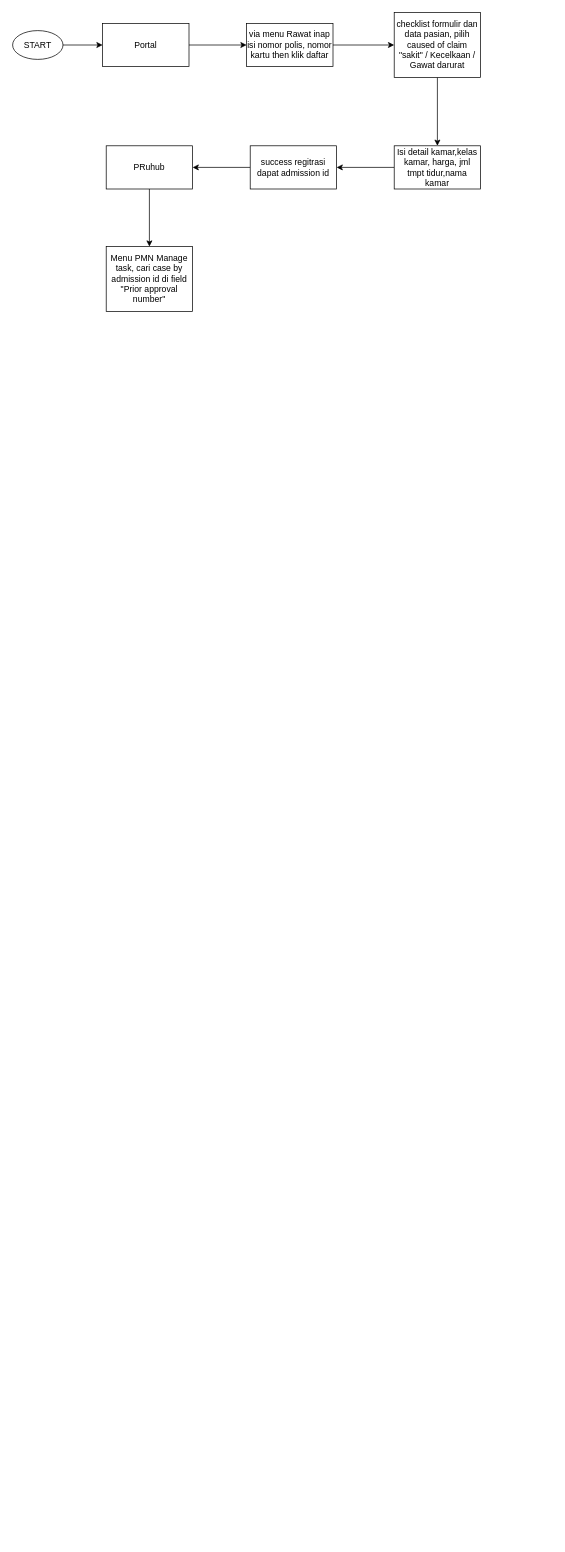
msyadid/HelloWorld keeps this draw.io diagram as Untitled Diagram.drawio. Above is the earlier version. Source tidied: cells renumbered, new cells numbered last; positions are measured from the earlier drawing's top-left corner, leaving out a move shared by most shapes. Both pictures are drawn from the tidied source at 72%, with x=0, y=0 at pixel (12, 12).
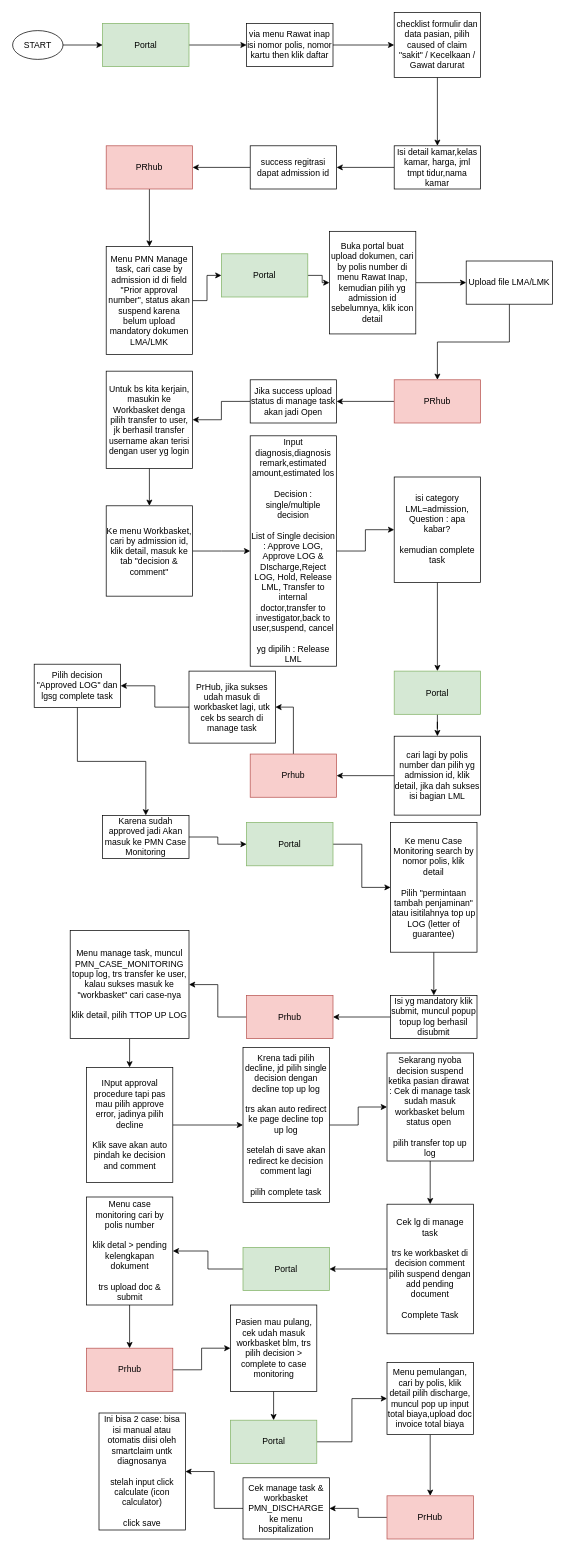
After the change.

The edit, as a diff of the source:
```diff
@@
-    <mxCell id="5" value="Portal" style="whiteSpace=wrap;html=1;" parent="1" vertex="1">
+    <mxCell id="5" value="Portal" style="whiteSpace=wrap;html=1;fillColor=#d5e8d4;strokeColor=#82b366;" parent="1" vertex="1">
       <mxGeometry x="125" y="15" width="120" height="60" as="geometry" />
     </mxCell>
@@
-    <mxCell id="15" value="PRuhub" style="whiteSpace=wrap;html=1;" parent="1" vertex="1">
+    <mxCell id="15" value="PRhub" style="whiteSpace=wrap;html=1;fillColor=#f8cecc;strokeColor=#b85450;" parent="1" vertex="1">
       <mxGeometry x="130" y="185" width="120" height="60" as="geometry" />
     </mxCell>
+    <mxCell id="17" style="edgeStyle=orthogonalEdgeStyle;rounded=0;jettySize=auto;html=1;" parent="1" edge="1" source="16" target="80">
+      <mxGeometry relative="1" as="geometry" />
+    </mxCell>
-    <mxCell id="16" value="Menu PMN Manage task, cari case by admission id di field &quot;Prior approval number&quot;" style="whiteSpace=wrap;html=1;" parent="1" vertex="1">
-      <mxGeometry x="130" y="325" width="120" height="90" as="geometry" />
+    <mxCell id="16" value="Menu PMN Manage task, cari case by admission id di field &quot;Prior approval number&quot;, status akan suspend karena belum upload mandatory dokumen LMA/LMK" style="whiteSpace=wrap;html=1;" parent="1" vertex="1">
+      <mxGeometry x="130" y="325" width="120" height="150" as="geometry" />
     </mxCell>
+    <mxCell id="18" style="edgeStyle=orthogonalEdgeStyle;rounded=0;jettySize=auto;html=1;" parent="1" edge="1" source="19" target="21">
+      <mxGeometry relative="1" as="geometry" />
+    </mxCell>
+    <mxCell id="19" value="Buka portal buat upload dokumen, cari by polis number di menu Rawat Inap, kemudian pilih yg admission id sebelumnya, klik icon detail" style="whiteSpace=wrap;html=1;" parent="1" vertex="1">
+      <mxGeometry x="440" y="303.8" width="120" height="142.5" as="geometry" />
+    </mxCell>
+    <mxCell id="20" style="edgeStyle=orthogonalEdgeStyle;rounded=0;jettySize=auto;html=1;" parent="1" edge="1" source="21" target="23">
+      <mxGeometry relative="1" as="geometry" />
+    </mxCell>
+    <mxCell id="21" value="Upload file LMA/LMK" style="whiteSpace=wrap;html=1;" parent="1" vertex="1">
+      <mxGeometry x="630" y="345" width="120" height="60" as="geometry" />
+    </mxCell>
+    <mxCell id="22" style="edgeStyle=orthogonalEdgeStyle;rounded=0;jettySize=auto;html=1;" parent="1" edge="1" source="23" target="25">
+      <mxGeometry relative="1" as="geometry" />
+    </mxCell>
+    <mxCell id="23" value="PRhub" style="whiteSpace=wrap;html=1;fillColor=#f8cecc;strokeColor=#b85450;" parent="1" vertex="1">
+      <mxGeometry x="530" y="510" width="120" height="60" as="geometry" />
+    </mxCell>
+    <mxCell id="24" style="edgeStyle=orthogonalEdgeStyle;rounded=0;jettySize=auto;html=1;" parent="1" edge="1" source="25" target="27">
+      <mxGeometry relative="1" as="geometry" />
+    </mxCell>
+    <mxCell id="25" value="Jika success upload status di manage task akan jadi Open" style="whiteSpace=wrap;html=1;" parent="1" vertex="1">
+      <mxGeometry x="330" y="510" width="120" height="60" as="geometry" />
+    </mxCell>
+    <mxCell id="26" style="edgeStyle=orthogonalEdgeStyle;rounded=0;jettySize=auto;html=1;" parent="1" edge="1" source="27" target="29">
+      <mxGeometry relative="1" as="geometry" />
+    </mxCell>
+    <mxCell id="27" value="Untuk bs kita kerjain, masukin ke Workbasket denga pilih transfer to user, jk berhasil transfer username akan terisi dengan user yg login" style="whiteSpace=wrap;html=1;" parent="1" vertex="1">
+      <mxGeometry x="130" y="498" width="120" height="135" as="geometry" />
+    </mxCell>
+    <mxCell id="28" style="edgeStyle=orthogonalEdgeStyle;rounded=0;jettySize=auto;html=1;" parent="1" edge="1" source="29" target="31">
+      <mxGeometry relative="1" as="geometry" />
+    </mxCell>
+    <mxCell id="29" value="Ke menu Workbasket, cari by admission id, klik detail, masuk ke tab &quot;decision &amp;amp; comment&quot;" style="whiteSpace=wrap;html=1;" parent="1" vertex="1">
+      <mxGeometry x="130" y="685" width="120" height="125.5" as="geometry" />
+    </mxCell>
+    <mxCell id="30" style="edgeStyle=orthogonalEdgeStyle;rounded=0;jettySize=auto;html=1;" parent="1" edge="1" source="31" target="33">
+      <mxGeometry relative="1" as="geometry" />
+    </mxCell>
+    <mxCell id="31" value="Input diagnosis,diagnosis remark,estimated amount,estimated los&lt;br&gt;&lt;br&gt;Decision : single/multiple decision&lt;br&gt;&lt;br&gt;List of Single decision : Approve LOG, Approve LOG &amp;amp; DIscharge,Reject LOG, Hold, Release LML, Transfer to internal doctor,transfer to investigator,back to user,suspend, cancel&lt;br&gt;&lt;br&gt;yg dipilih : Release LML" style="whiteSpace=wrap;html=1;" parent="1" vertex="1">
+      <mxGeometry x="330" y="587.8" width="120" height="320" as="geometry" />
+    </mxCell>
+    <mxCell id="32" style="edgeStyle=orthogonalEdgeStyle;rounded=0;jettySize=auto;html=1;" parent="1" edge="1" source="33" target="35">
+      <mxGeometry relative="1" as="geometry" />
+    </mxCell>
+    <mxCell id="33" value="isi category LML=admission, Question : apa kabar?&lt;br&gt;&lt;br&gt;kemudian complete task" style="whiteSpace=wrap;html=1;" parent="1" vertex="1">
+      <mxGeometry x="530" y="645" width="120" height="146.4" as="geometry" />
+    </mxCell>
+    <mxCell id="34" style="edgeStyle=orthogonalEdgeStyle;rounded=0;jettySize=auto;html=1;" parent="1" edge="1" source="35" target="37">
+      <mxGeometry relative="1" as="geometry" />
+    </mxCell>
+    <mxCell id="35" value="Portal" style="whiteSpace=wrap;html=1;fillColor=#d5e8d4;strokeColor=#82b366;" parent="1" vertex="1">
+      <mxGeometry x="530" y="914.6" width="120" height="60" as="geometry" />
+    </mxCell>
+    <mxCell id="36" style="edgeStyle=orthogonalEdgeStyle;rounded=0;jettySize=auto;html=1;" parent="1" edge="1" source="37" target="82">
+      <mxGeometry relative="1" as="geometry" />
+    </mxCell>
+    <mxCell id="37" value="cari lagi by polis number dan pilih yg admission id, klik detail, jika dah sukses isi bagian LML" style="whiteSpace=wrap;html=1;" parent="1" vertex="1">
+      <mxGeometry x="530" y="1005" width="120" height="109.6" as="geometry" />
+    </mxCell>
+    <mxCell id="38" style="edgeStyle=orthogonalEdgeStyle;rounded=0;jettySize=auto;html=1;" parent="1" edge="1" source="39" target="41">
+      <mxGeometry relative="1" as="geometry" />
+    </mxCell>
+    <mxCell id="39" value="PrHub, jika sukses udah masuk di workbasket lagi, utk cek bs search di manage task" style="whiteSpace=wrap;html=1;" parent="1" vertex="1">
+      <mxGeometry x="245" y="914.6" width="120" height="100" as="geometry" />
+    </mxCell>
+    <mxCell id="40" style="edgeStyle=orthogonalEdgeStyle;rounded=0;jettySize=auto;html=1;" parent="1" edge="1" source="41" target="43">
+      <mxGeometry relative="1" as="geometry" />
+    </mxCell>
+    <mxCell id="41" value="Pilih decision &quot;Approved LOG&quot; dan lgsg complete task" style="whiteSpace=wrap;html=1;" parent="1" vertex="1">
+      <mxGeometry x="30" y="905" width="120" height="60" as="geometry" />
+    </mxCell>
+    <mxCell id="42" style="edgeStyle=orthogonalEdgeStyle;rounded=0;jettySize=auto;html=1;" parent="1" edge="1" source="43" target="45">
+      <mxGeometry relative="1" as="geometry" />
+    </mxCell>
+    <mxCell id="43" value="Karena sudah approved jadi Akan masuk ke PMN Case Monitoring" style="whiteSpace=wrap;html=1;" parent="1" vertex="1">
+      <mxGeometry x="125" y="1115" width="120" height="60" as="geometry" />
+    </mxCell>
+    <mxCell id="44" style="edgeStyle=orthogonalEdgeStyle;rounded=0;jettySize=auto;html=1;" parent="1" edge="1" source="45" target="47">
+      <mxGeometry relative="1" as="geometry" />
+    </mxCell>
+    <mxCell id="45" value="Portal" style="whiteSpace=wrap;html=1;fillColor=#d5e8d4;strokeColor=#82b366;" parent="1" vertex="1">
+      <mxGeometry x="325" y="1125" width="120" height="60" as="geometry" />
+    </mxCell>
+    <mxCell id="46" style="edgeStyle=orthogonalEdgeStyle;rounded=0;jettySize=auto;html=1;" parent="1" edge="1" source="47" target="49">
+      <mxGeometry relative="1" as="geometry" />
+    </mxCell>
+    <mxCell id="47" value="Ke menu Case Monitoring search by nomor polis, klik detail&lt;br&gt;&lt;br&gt;Pilih &quot;permintaan tambah penjaminan&quot; atau isitilahnya top up LOG (letter of guarantee)" style="whiteSpace=wrap;html=1;" parent="1" vertex="1">
+      <mxGeometry x="525" y="1125" width="120" height="180" as="geometry" />
+    </mxCell>
+    <mxCell id="48" style="edgeStyle=orthogonalEdgeStyle;rounded=0;jettySize=auto;html=1;" parent="1" edge="1" source="49" target="51">
+      <mxGeometry relative="1" as="geometry" />
+    </mxCell>
+    <mxCell id="49" value="Isi yg mandatory klik submit, muncul popup topup log berhasil disubmit" style="whiteSpace=wrap;html=1;" parent="1" vertex="1">
+      <mxGeometry x="525" y="1365" width="120" height="60" as="geometry" />
+    </mxCell>
+    <mxCell id="50" style="edgeStyle=orthogonalEdgeStyle;rounded=0;jettySize=auto;html=1;" parent="1" edge="1" source="51" target="53">
+      <mxGeometry relative="1" as="geometry" />
+    </mxCell>
+    <mxCell id="51" value="Prhub" style="whiteSpace=wrap;html=1;fillColor=#f8cecc;strokeColor=#b85450;" parent="1" vertex="1">
+      <mxGeometry x="325" y="1365" width="120" height="60" as="geometry" />
+    </mxCell>
+    <mxCell id="52" style="edgeStyle=orthogonalEdgeStyle;rounded=0;jettySize=auto;html=1;" parent="1" edge="1" source="53" target="55">
+      <mxGeometry relative="1" as="geometry" />
+    </mxCell>
+    <mxCell id="53" value="Menu manage task, muncul PMN_CASE_MONITORING topup log, trs transfer ke user, kalau sukses masuk ke &quot;workbasket&quot; cari case-nya&lt;br&gt;&lt;br&gt;klik detail, pilih TTOP UP LOG" style="whiteSpace=wrap;html=1;" parent="1" vertex="1">
+      <mxGeometry x="80" y="1275" width="165" height="150" as="geometry" />
+    </mxCell>
+    <mxCell id="54" style="edgeStyle=orthogonalEdgeStyle;rounded=0;jettySize=auto;html=1;" parent="1" edge="1" source="55" target="57">
+      <mxGeometry relative="1" as="geometry" />
+    </mxCell>
+    <mxCell id="55" value="INput approval procedure tapi pas mau pilih approve error, jadinya pilih decline&lt;br&gt;&lt;br&gt;Klik save akan auto pindah ke decision and comment" style="whiteSpace=wrap;html=1;" parent="1" vertex="1">
+      <mxGeometry x="102.5" y="1465" width="120" height="160" as="geometry" />
+    </mxCell>
+    <mxCell id="56" style="edgeStyle=orthogonalEdgeStyle;rounded=0;jettySize=auto;html=1;" parent="1" edge="1" source="57" target="59">
+      <mxGeometry relative="1" as="geometry" />
+    </mxCell>
+    <mxCell id="57" value="Krena tadi pilih decline, jd pilih single decision dengan decline top up log&lt;br&gt;&lt;br&gt;trs akan auto redirect ke page decline top up log&lt;br&gt;&lt;br&gt;setelah di save akan redirect ke decision comment lagi&lt;br&gt;&lt;br&gt;pilih complete task" style="whiteSpace=wrap;html=1;" parent="1" vertex="1">
+      <mxGeometry x="320" y="1437.5" width="120" height="215" as="geometry" />
+    </mxCell>
+    <mxCell id="58" style="edgeStyle=orthogonalEdgeStyle;rounded=0;jettySize=auto;html=1;" parent="1" edge="1" source="59" target="61">
+      <mxGeometry relative="1" as="geometry" />
+    </mxCell>
+    <mxCell id="59" value="Sekarang nyoba decision suspend ketika pasian dirawat&amp;nbsp; : Cek di manage task sudah masuk workbasket belum status open&amp;nbsp;&lt;br&gt;&lt;br&gt;pilih transfer top up log" style="whiteSpace=wrap;html=1;" parent="1" vertex="1">
+      <mxGeometry x="520" y="1445" width="120" height="150" as="geometry" />
+    </mxCell>
+    <mxCell id="60" style="edgeStyle=orthogonalEdgeStyle;rounded=0;jettySize=auto;html=1;" parent="1" edge="1" source="61" target="63">
+      <mxGeometry relative="1" as="geometry" />
+    </mxCell>
+    <mxCell id="61" value="Cek lg di manage task&lt;br&gt;&lt;br&gt;trs ke workbasket di decision comment pilih suspend dengan add pending document&lt;br&gt;&lt;br&gt;Complete Task" style="whiteSpace=wrap;html=1;" parent="1" vertex="1">
+      <mxGeometry x="520" y="1655" width="120" height="180" as="geometry" />
+    </mxCell>
+    <mxCell id="62" style="edgeStyle=orthogonalEdgeStyle;rounded=0;jettySize=auto;html=1;" parent="1" edge="1" source="63" target="65">
+      <mxGeometry relative="1" as="geometry" />
+    </mxCell>
+    <mxCell id="63" value="Portal" style="whiteSpace=wrap;html=1;fillColor=#d5e8d4;strokeColor=#82b366;" parent="1" vertex="1">
+      <mxGeometry x="320" y="1715" width="120" height="60" as="geometry" />
+    </mxCell>
+    <mxCell id="64" style="edgeStyle=orthogonalEdgeStyle;rounded=0;jettySize=auto;html=1;" parent="1" edge="1" source="65" target="67">
+      <mxGeometry relative="1" as="geometry" />
+    </mxCell>
+    <mxCell id="65" value="Menu case monitoring cari by polis number&lt;br&gt;&lt;br&gt;klik detal &amp;gt; pending kelengkapan dokument&lt;br&gt;&lt;br&gt;trs upload doc &amp;amp; submit" style="whiteSpace=wrap;html=1;" parent="1" vertex="1">
+      <mxGeometry x="102.5" y="1645" width="120" height="150" as="geometry" />
+    </mxCell>
+    <mxCell id="66" style="edgeStyle=orthogonalEdgeStyle;rounded=0;jettySize=auto;html=1;" parent="1" edge="1" source="67" target="69">
+      <mxGeometry relative="1" as="geometry" />
+    </mxCell>
+    <mxCell id="67" value="Prhub" style="whiteSpace=wrap;html=1;fillColor=#f8cecc;strokeColor=#b85450;" parent="1" vertex="1">
+      <mxGeometry x="102.5" y="1855" width="120" height="60" as="geometry" />
+    </mxCell>
+    <mxCell id="68" style="edgeStyle=orthogonalEdgeStyle;rounded=0;jettySize=auto;html=1;" parent="1" edge="1" source="69" target="71">
+      <mxGeometry relative="1" as="geometry" />
+    </mxCell>
+    <mxCell id="69" value="Pasien mau pulang, cek udah masuk workbasket blm, trs pilih decision &amp;gt; complete to case monitoring" style="whiteSpace=wrap;html=1;" parent="1" vertex="1">
+      <mxGeometry x="302.5" y="1795" width="120" height="120" as="geometry" />
+    </mxCell>
+    <mxCell id="70" style="edgeStyle=orthogonalEdgeStyle;rounded=0;jettySize=auto;html=1;" parent="1" edge="1" source="71" target="73">
+      <mxGeometry relative="1" as="geometry" />
+    </mxCell>
+    <mxCell id="71" value="Portal" style="whiteSpace=wrap;html=1;fillColor=#d5e8d4;strokeColor=#82b366;" parent="1" vertex="1">
+      <mxGeometry x="302.5" y="1955" width="120" height="60" as="geometry" />
+    </mxCell>
+    <mxCell id="72" style="edgeStyle=orthogonalEdgeStyle;rounded=0;jettySize=auto;html=1;" parent="1" edge="1" source="73" target="75">
+      <mxGeometry relative="1" as="geometry" />
+    </mxCell>
+    <mxCell id="73" value="Menu pemulangan, cari by polis, klik detail pilih discharge, muncul pop up input total biaya,upload doc invoice total biaya" style="whiteSpace=wrap;html=1;" parent="1" vertex="1">
+      <mxGeometry x="520" y="1875" width="120" height="100" as="geometry" />
+    </mxCell>
+    <mxCell id="74" style="edgeStyle=orthogonalEdgeStyle;rounded=0;jettySize=auto;html=1;" parent="1" edge="1" source="75" target="77">
+      <mxGeometry relative="1" as="geometry" />
+    </mxCell>
+    <mxCell id="75" value="PrHub" style="whiteSpace=wrap;html=1;fillColor=#f8cecc;strokeColor=#b85450;" parent="1" vertex="1">
+      <mxGeometry x="520" y="2060" width="120" height="60" as="geometry" />
+    </mxCell>
+    <mxCell id="76" style="edgeStyle=orthogonalEdgeStyle;rounded=0;jettySize=auto;html=1;" parent="1" edge="1" source="77" target="78">
+      <mxGeometry relative="1" as="geometry" />
+    </mxCell>
+    <mxCell id="77" value="Cek manage task &amp;amp; workbasket PMN_DISCHARGE ke menu hospitalization" style="whiteSpace=wrap;html=1;" parent="1" vertex="1">
+      <mxGeometry x="320" y="2035" width="120" height="85" as="geometry" />
+    </mxCell>
+    <mxCell id="78" value="Ini bisa 2 case: bisa isi manual atau otomatis diisi oleh smartclaim untk diagnosanya&lt;br&gt;&lt;br&gt;stelah input click calculate (icon calculator)&lt;br&gt;&lt;br&gt;click save" style="whiteSpace=wrap;html=1;" parent="1" vertex="1">
+      <mxGeometry x="120" y="1945" width="120" height="162.5" as="geometry" />
+    </mxCell>
+    <mxCell id="79" style="edgeStyle=orthogonalEdgeStyle;rounded=0;jettySize=auto;html=1;entryX=0;entryY=0.5;entryDx=0;entryDy=0;" parent="1" edge="1" source="80" target="19">
+      <mxGeometry relative="1" as="geometry" />
+    </mxCell>
+    <mxCell id="80" value="Portal" style="whiteSpace=wrap;html=1;fillColor=#d5e8d4;strokeColor=#82b366;" parent="1" vertex="1">
+      <mxGeometry x="290" y="335" width="120" height="60" as="geometry" />
+    </mxCell>
+    <mxCell id="81" style="edgeStyle=orthogonalEdgeStyle;rounded=0;jettySize=auto;html=1;entryX=1;entryY=0.5;entryDx=0;entryDy=0;" parent="1" edge="1" source="82" target="39">
+      <mxGeometry relative="1" as="geometry" />
+    </mxCell>
+    <mxCell id="82" value="Prhub" style="whiteSpace=wrap;html=1;fillColor=#f8cecc;strokeColor=#b85450;" parent="1" vertex="1">
+      <mxGeometry x="330" y="1029.8" width="120" height="60" as="geometry" />
+    </mxCell>
```
